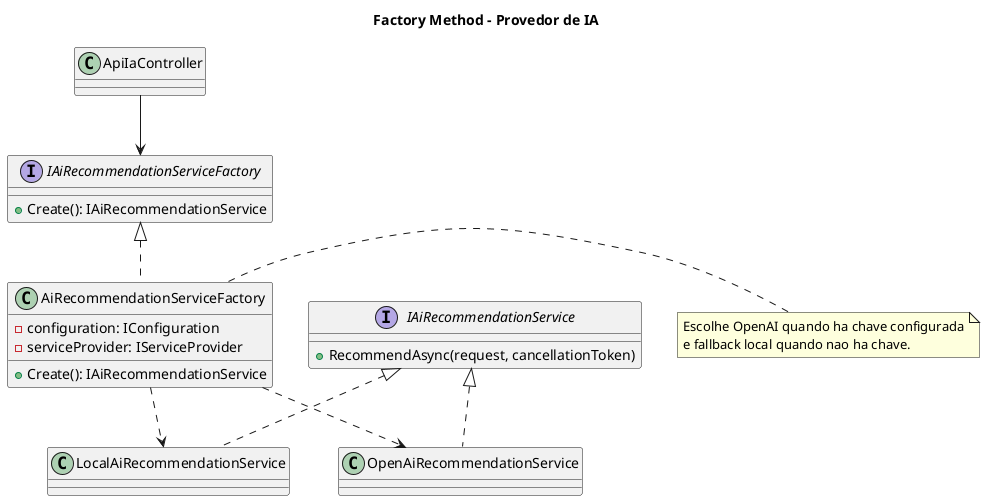
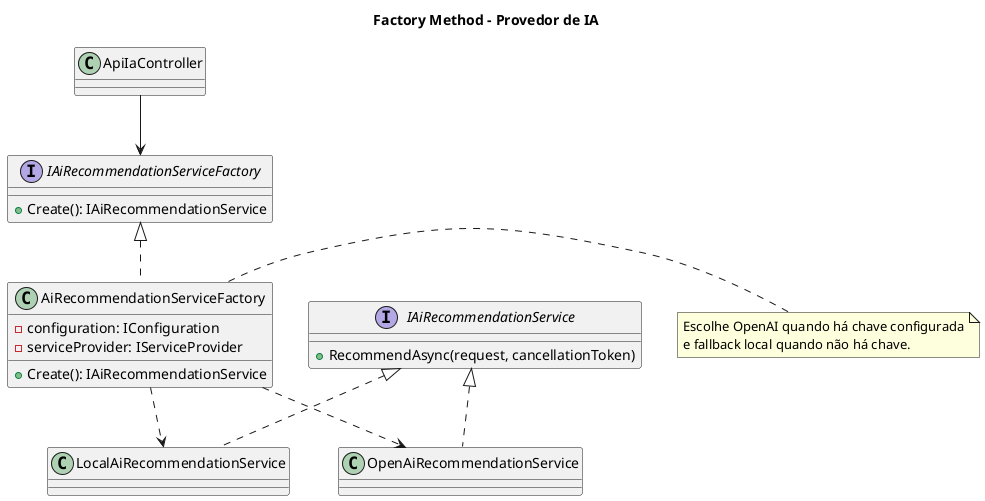
@startuml Factory_Method_IA
title Factory Method - Provedor de IA

interface IAiRecommendationService {
  +RecommendAsync(request, cancellationToken)
}

interface IAiRecommendationServiceFactory {
  +Create(): IAiRecommendationService
}

class AiRecommendationServiceFactory {
  -configuration: IConfiguration
  -serviceProvider: IServiceProvider
  +Create(): IAiRecommendationService
}

class LocalAiRecommendationService
class OpenAiRecommendationService
class ApiIaController

IAiRecommendationService <|.. LocalAiRecommendationService
IAiRecommendationService <|.. OpenAiRecommendationService
IAiRecommendationServiceFactory <|.. AiRecommendationServiceFactory
ApiIaController --> IAiRecommendationServiceFactory
AiRecommendationServiceFactory ..> LocalAiRecommendationService
AiRecommendationServiceFactory ..> OpenAiRecommendationService

note right of AiRecommendationServiceFactory
- Escolhe OpenAI quando ha chave configurada
- e fallback local quando nao ha chave.
+ Escolhe OpenAI quando há chave configurada
+ e fallback local quando não há chave.
end note

@enduml
- 
